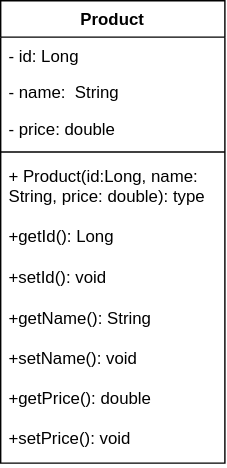
Before: docs/uml/Product.drawio.svg, a diagram exported from draw.io (OkithaNethmiraIIT/OOP-Tutorials). Source tidied: cells renumbered, new cells last; positions are measured from the earlier drawing's top-left corner, leaving out a move shared by most shapes. Its diagram source:
```xml
<mxGraphModel>
  <root>
    <mxCell id="0" />
    <mxCell id="1" parent="0" />
    <mxCell id="2" value="Product" style="swimlane;fontStyle=1;align=center;verticalAlign=top;horizontal=1;startSize=26;whiteSpace=wrap;html=1;" parent="1" vertex="1">
      <mxGeometry width="160" height="330" as="geometry" />
    </mxCell>
    <mxCell id="3" value="- id: Long&lt;div&gt;&lt;br&gt;&lt;/div&gt;" style="text;strokeColor=none;fillColor=none;align=left;verticalAlign=top;spacingLeft=4;spacingRight=4;overflow=hidden;whiteSpace=wrap;html=1;" parent="2" vertex="1">
      <mxGeometry y="26" width="160" height="26" as="geometry" />
    </mxCell>
    <mxCell id="4" value="- name:&amp;nbsp; String&lt;div&gt;&lt;br&gt;&lt;/div&gt;" style="text;strokeColor=none;fillColor=none;align=left;verticalAlign=top;spacingLeft=4;spacingRight=4;overflow=hidden;whiteSpace=wrap;html=1;" parent="2" vertex="1">
      <mxGeometry y="52" width="160" height="26" as="geometry" />
    </mxCell>
    <mxCell id="5" value="- price: double&lt;div&gt;&lt;br&gt;&lt;/div&gt;" style="text;strokeColor=none;fillColor=none;align=left;verticalAlign=top;spacingLeft=4;spacingRight=4;overflow=hidden;whiteSpace=wrap;html=1;" parent="2" vertex="1">
      <mxGeometry y="78" width="160" height="26" as="geometry" />
    </mxCell>
    <mxCell id="6" style="line;strokeWidth=1;fillColor=none;align=left;verticalAlign=middle;spacingTop=-1;spacingLeft=3;spacingRight=3;labelPosition=right;strokeColor=inherit;" parent="2" vertex="1">
      <mxGeometry y="104" width="160" height="8" as="geometry" />
    </mxCell>
    <mxCell id="7" value="+ Product(id:Long, name: String, price: double): type&lt;div&gt;&lt;br&gt;&lt;/div&gt;&lt;div&gt;+getId(): Long&lt;/div&gt;&lt;div&gt;&lt;br&gt;&lt;/div&gt;&lt;div&gt;+setId(): void&lt;/div&gt;&lt;div&gt;&lt;br&gt;&lt;/div&gt;&lt;div&gt;+getName(): String&lt;/div&gt;&lt;div&gt;&lt;br&gt;&lt;/div&gt;&lt;div&gt;+setName(): void&lt;/div&gt;&lt;div&gt;&lt;br&gt;&lt;/div&gt;&lt;div&gt;+getPrice(): double&lt;/div&gt;&lt;div&gt;&lt;br&gt;&lt;/div&gt;&lt;div&gt;+setPrice(): void&lt;/div&gt;&lt;div&gt;&lt;br&gt;&lt;/div&gt;&lt;div&gt;&lt;br&gt;&lt;/div&gt;&lt;div&gt;&lt;br&gt;&lt;/div&gt;" style="text;strokeColor=none;fillColor=none;align=left;verticalAlign=top;spacingLeft=4;spacingRight=4;overflow=hidden;whiteSpace=wrap;html=1;" parent="2" vertex="1">
      <mxGeometry y="112" width="160" height="218" as="geometry" />
    </mxCell>
  </root>
</mxGraphModel>
```
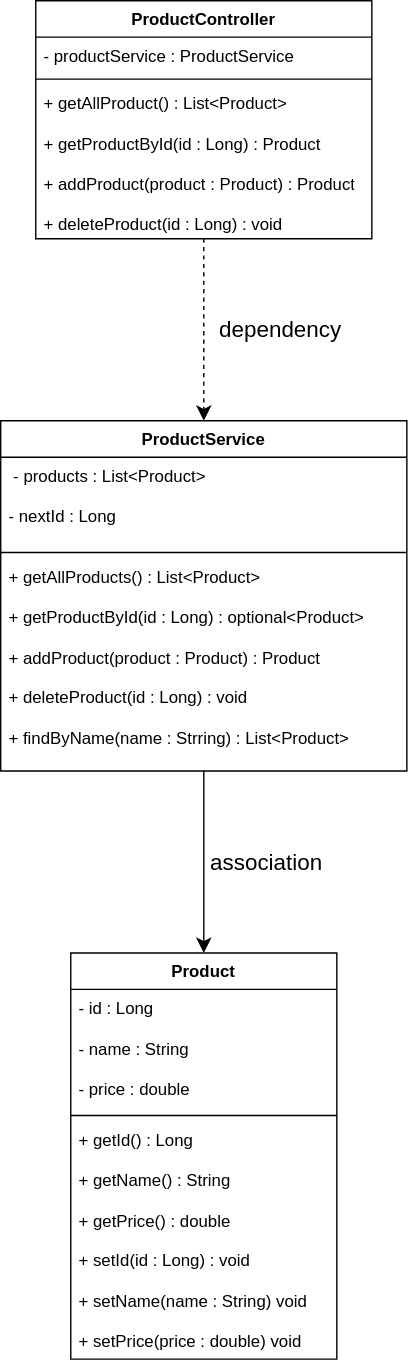
Later version of the same file.

Commit message:
Tutorial 3: Activity 6 — Update the UML Class Diagram

What changed in the source:
```diff
@@ -3,22 +3,52 @@
     <mxCell id="0" />
     <mxCell id="1" parent="0" />
     <mxCell id="2" value="Product" style="swimlane;fontStyle=1;align=center;verticalAlign=top;horizontal=1;startSize=26;whiteSpace=wrap;html=1;" parent="1" vertex="1">
-      <mxGeometry width="160" height="330" as="geometry" />
+      <mxGeometry width="190" height="290" as="geometry" />
     </mxCell>
-    <mxCell id="3" value="- id: Long&lt;div&gt;&lt;br&gt;&lt;/div&gt;" style="text;strokeColor=none;fillColor=none;align=left;verticalAlign=top;spacingLeft=4;spacingRight=4;overflow=hidden;whiteSpace=wrap;html=1;" parent="2" vertex="1">
-      <mxGeometry y="26" width="160" height="26" as="geometry" />
-    </mxCell>
-    <mxCell id="4" value="- name:&amp;nbsp; String&lt;div&gt;&lt;br&gt;&lt;/div&gt;" style="text;strokeColor=none;fillColor=none;align=left;verticalAlign=top;spacingLeft=4;spacingRight=4;overflow=hidden;whiteSpace=wrap;html=1;" parent="2" vertex="1">
-      <mxGeometry y="52" width="160" height="26" as="geometry" />
-    </mxCell>
-    <mxCell id="5" value="- price: double&lt;div&gt;&lt;br&gt;&lt;/div&gt;" style="text;strokeColor=none;fillColor=none;align=left;verticalAlign=top;spacingLeft=4;spacingRight=4;overflow=hidden;whiteSpace=wrap;html=1;" parent="2" vertex="1">
-      <mxGeometry y="78" width="160" height="26" as="geometry" />
-    </mxCell>
-    <mxCell id="6" style="line;strokeWidth=1;fillColor=none;align=left;verticalAlign=middle;spacingTop=-1;spacingLeft=3;spacingRight=3;labelPosition=right;strokeColor=inherit;" parent="2" vertex="1">
-      <mxGeometry y="104" width="160" height="8" as="geometry" />
-    </mxCell>
-    <mxCell id="7" value="+ Product(id:Long, name: String, price: double): type&lt;div&gt;&lt;br&gt;&lt;/div&gt;&lt;div&gt;+getId(): Long&lt;/div&gt;&lt;div&gt;&lt;br&gt;&lt;/div&gt;&lt;div&gt;+setId(): void&lt;/div&gt;&lt;div&gt;&lt;br&gt;&lt;/div&gt;&lt;div&gt;+getName(): String&lt;/div&gt;&lt;div&gt;&lt;br&gt;&lt;/div&gt;&lt;div&gt;+setName(): void&lt;/div&gt;&lt;div&gt;&lt;br&gt;&lt;/div&gt;&lt;div&gt;+getPrice(): double&lt;/div&gt;&lt;div&gt;&lt;br&gt;&lt;/div&gt;&lt;div&gt;+setPrice(): void&lt;/div&gt;&lt;div&gt;&lt;br&gt;&lt;/div&gt;&lt;div&gt;&lt;br&gt;&lt;/div&gt;&lt;div&gt;&lt;br&gt;&lt;/div&gt;" style="text;strokeColor=none;fillColor=none;align=left;verticalAlign=top;spacingLeft=4;spacingRight=4;overflow=hidden;whiteSpace=wrap;html=1;" parent="2" vertex="1">
-      <mxGeometry y="112" width="160" height="218" as="geometry" />
-    </mxCell>
+    <mxCell id="8" value="- id : Long&lt;div&gt;&lt;br&gt;&lt;/div&gt;&lt;div&gt;- name : String&lt;/div&gt;&lt;div&gt;&lt;br&gt;&lt;/div&gt;&lt;div&gt;- price : double&lt;br&gt;&lt;div&gt;&lt;br&gt;&lt;/div&gt;&lt;/div&gt;" style="text;strokeColor=none;fillColor=none;align=left;verticalAlign=top;spacingLeft=4;spacingRight=4;overflow=hidden;whiteSpace=wrap;html=1;" parent="2" vertex="1">
+      <mxGeometry y="26" width="190" height="86" as="geometry" />
+    </mxCell>
+    <mxCell id="9" style="line;strokeWidth=1;fillColor=none;align=left;verticalAlign=middle;spacingTop=-1;spacingLeft=3;spacingRight=3;labelPosition=right;strokeColor=inherit;" parent="2" vertex="1">
+      <mxGeometry y="112" width="190" height="8" as="geometry" />
+    </mxCell>
+    <mxCell id="10" value="+ getId() : Long&lt;div&gt;&lt;br&gt;&lt;/div&gt;&lt;div&gt;+ getName() : String&lt;/div&gt;&lt;div&gt;&lt;br&gt;&lt;/div&gt;&lt;div&gt;+ getPrice() : double&lt;/div&gt;&lt;div&gt;&lt;br&gt;&lt;/div&gt;&lt;div&gt;+ setId(id : Long) : void&lt;/div&gt;&lt;div&gt;&lt;br&gt;&lt;/div&gt;&lt;div&gt;+ setName(name : String) void&lt;/div&gt;&lt;div&gt;&lt;br&gt;&lt;/div&gt;&lt;div&gt;+ setPrice(price : double) void&lt;/div&gt;" style="text;strokeColor=none;fillColor=none;align=left;verticalAlign=top;spacingLeft=4;spacingRight=4;overflow=hidden;whiteSpace=wrap;html=1;" parent="2" vertex="1">
+      <mxGeometry y="120" width="190" height="170" as="geometry" />
+    </mxCell>
+    <mxCell id="11" style="edgeStyle=none;curved=1;rounded=0;curveGeometry=1;jettySize=auto;html=1;fontSize=12;startSize=8;endSize=8;" parent="1" edge="1" source="12" target="2">
+      <mxGeometry relative="1" as="geometry" />
+    </mxCell>
+    <mxCell id="12" value="ProductService" style="swimlane;fontStyle=1;align=center;verticalAlign=top;horizontal=1;startSize=26;whiteSpace=wrap;html=1;" parent="1" vertex="1">
+      <mxGeometry x="-50" y="-380" width="290" height="250" as="geometry" />
+    </mxCell>
+    <mxCell id="13" value="&lt;div&gt;&lt;div&gt;&amp;nbsp;- products : List&amp;lt;Product&amp;gt;&lt;/div&gt;&lt;/div&gt;&lt;div&gt;&lt;br&gt;&lt;/div&gt;&lt;div&gt;- nextId : Long&lt;/div&gt;" style="text;strokeColor=none;fillColor=none;align=left;verticalAlign=top;spacingLeft=4;spacingRight=4;overflow=hidden;whiteSpace=wrap;html=1;" parent="12" vertex="1">
+      <mxGeometry y="26" width="290" height="64" as="geometry" />
+    </mxCell>
+    <mxCell id="14" style="line;strokeWidth=1;fillColor=none;align=left;verticalAlign=middle;spacingTop=-1;spacingLeft=3;spacingRight=3;labelPosition=right;strokeColor=inherit;" parent="12" vertex="1">
+      <mxGeometry y="90" width="290" height="8" as="geometry" />
+    </mxCell>
+    <mxCell id="15" value="+ getAllProducts() : List&amp;lt;Product&amp;gt;&lt;div&gt;&lt;br&gt;&lt;/div&gt;&lt;div&gt;+ getProductById(id : Long) : optional&amp;lt;Product&amp;gt;&lt;/div&gt;&lt;div&gt;&lt;br&gt;&lt;/div&gt;&lt;div&gt;+ addProduct(product : Product) : Product&lt;/div&gt;&lt;div&gt;&lt;br&gt;&lt;/div&gt;&lt;div&gt;+ deleteProduct(id : Long) : void&amp;nbsp;&lt;/div&gt;&lt;div&gt;&lt;br&gt;&lt;/div&gt;&lt;div&gt;+ findByName(name : Strring) : List&amp;lt;Product&amp;gt;&lt;/div&gt;" style="text;strokeColor=none;fillColor=none;align=left;verticalAlign=top;spacingLeft=4;spacingRight=4;overflow=hidden;whiteSpace=wrap;html=1;" parent="12" vertex="1">
+      <mxGeometry y="98" width="290" height="152" as="geometry" />
+    </mxCell>
+    <mxCell id="16" style="edgeStyle=none;curved=1;rounded=0;curveGeometry=1;jettySize=auto;html=1;entryX=0.5;entryY=0;entryDx=0;entryDy=0;fontSize=12;startSize=8;endSize=8;dashed=1;" parent="1" edge="1" source="17" target="12">
+      <mxGeometry relative="1" as="geometry" />
+    </mxCell>
+    <mxCell id="17" value="ProductController" style="swimlane;fontStyle=1;align=center;verticalAlign=top;horizontal=1;startSize=26;whiteSpace=wrap;html=1;" parent="1" vertex="1">
+      <mxGeometry x="-25" y="-680" width="240" height="170" as="geometry" />
+    </mxCell>
+    <mxCell id="18" value="- productService : ProductService" style="text;strokeColor=none;fillColor=none;align=left;verticalAlign=top;spacingLeft=4;spacingRight=4;overflow=hidden;whiteSpace=wrap;html=1;" parent="17" vertex="1">
+      <mxGeometry y="26" width="240" height="26" as="geometry" />
+    </mxCell>
+    <mxCell id="19" style="line;strokeWidth=1;fillColor=none;align=left;verticalAlign=middle;spacingTop=-1;spacingLeft=3;spacingRight=3;labelPosition=right;strokeColor=inherit;" parent="17" vertex="1">
+      <mxGeometry y="52" width="240" height="8" as="geometry" />
+    </mxCell>
+    <mxCell id="20" value="+ getAllProduct() : List&amp;lt;Product&amp;gt;&lt;div&gt;&lt;br&gt;&lt;/div&gt;&lt;div&gt;+ getProductById(id : Long) : Product&lt;/div&gt;&lt;div&gt;&lt;br&gt;&lt;/div&gt;&lt;div&gt;+ addProduct(product : Product) : Product&lt;/div&gt;&lt;div&gt;&lt;br&gt;&lt;/div&gt;&lt;div&gt;+ deleteProduct(id : Long) : void&lt;/div&gt;" style="text;strokeColor=none;fillColor=none;align=left;verticalAlign=top;spacingLeft=4;spacingRight=4;overflow=hidden;whiteSpace=wrap;html=1;" parent="17" vertex="1">
+      <mxGeometry y="60" width="240" height="110" as="geometry" />
+    </mxCell>
+    <mxCell id="21" value="dependency" style="text;html=1;whiteSpace=wrap;strokeColor=none;fillColor=none;align=center;verticalAlign=middle;rounded=0;fontSize=16;" parent="1" vertex="1">
+      <mxGeometry x="110" y="-450" width="80" height="10" as="geometry" />
+    </mxCell>
+    <mxCell id="22" value="association" style="text;html=1;whiteSpace=wrap;strokeColor=none;fillColor=none;align=center;verticalAlign=middle;rounded=0;fontSize=16;" parent="1" vertex="1">
+      <mxGeometry x="110" y="-80" width="60" height="30" as="geometry" />
+    </mxCell>
   </root>
 </mxGraphModel>
```
